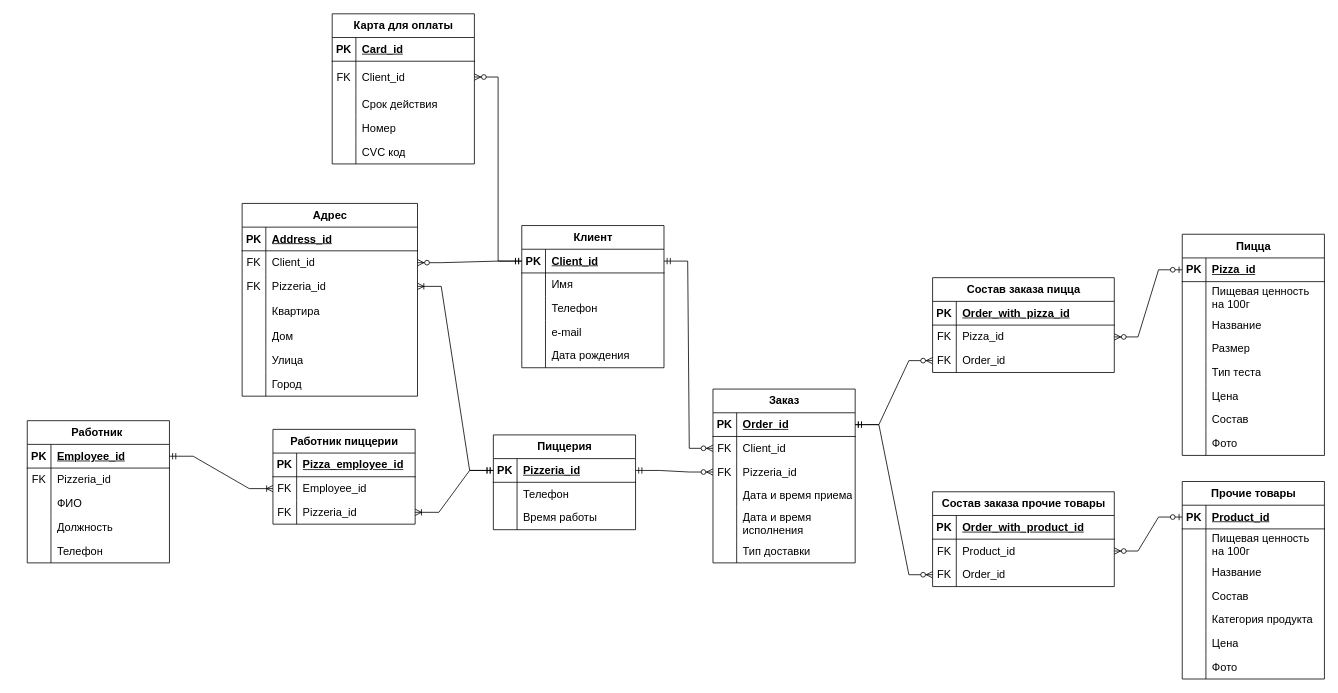
Earlier version of the draw.io diagram logic_dodo.drawio (iudinads/ER-diagrams). Source tidied: cells renumbered, new cells numbered last; positions are measured from the earlier drawing's top-left corner, leaving out a move shared by most shapes. Both pictures are drawn from the tidied source at 79%, with x=0, y=0 at pixel (27, 13).
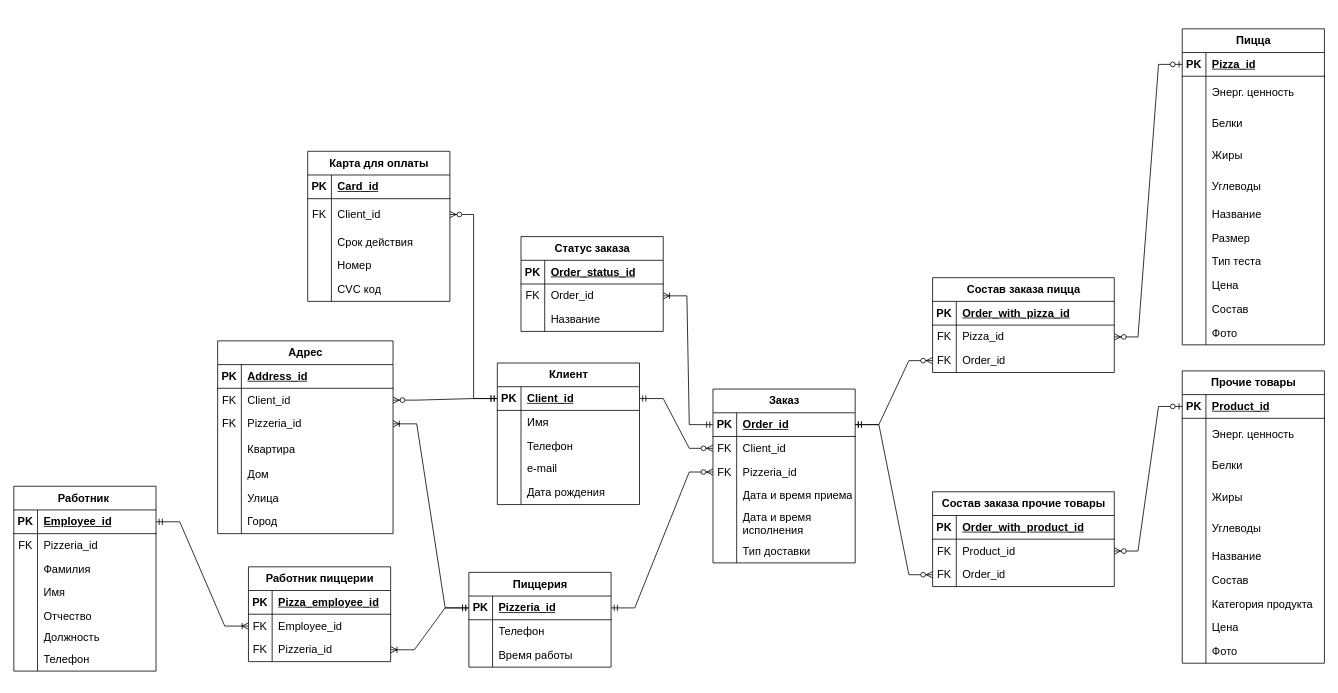
After the change.

Unchanged cells that the change refers to:
```xml
<mxCell id="6" style="shape=tableRow;horizontal=0;startSize=0;swimlaneHead=0;swimlaneBody=0;fillColor=none;points=[[0,0.5],[1,0.5]];portConstraint=eastwest;top=0;left=0;right=0;bottom=0;fontSize=14;" parent="2" vertex="1">
  <mxGeometry y="60" width="180" height="40" as="geometry" />
</mxCell>
<mxCell id="22" style="shape=tableRow;horizontal=0;startSize=0;swimlaneHead=0;swimlaneBody=0;fillColor=none;points=[[0,0.5],[1,0.5]];portConstraint=eastwest;top=0;left=0;right=0;bottom=0;fontSize=14;" parent="18" vertex="1">
  <mxGeometry y="60" width="222" height="30" as="geometry" />
</mxCell>
<mxCell id="41" style="shape=tableRow;horizontal=0;startSize=0;swimlaneHead=0;swimlaneBody=0;fillColor=none;points=[[0,0.5],[1,0.5]];portConstraint=eastwest;top=0;left=0;right=0;bottom=1;fontSize=14;" parent="40" vertex="1">
  <mxGeometry y="30" width="180" height="30" as="geometry" />
</mxCell>
<mxCell id="57" style="shape=tableRow;horizontal=0;startSize=0;swimlaneHead=0;swimlaneBody=0;fillColor=none;points=[[0,0.5],[1,0.5]];portConstraint=eastwest;top=0;left=0;right=0;bottom=1;fontSize=14;" parent="56" vertex="1">
  <mxGeometry y="30" width="180" height="30" as="geometry" />
</mxCell>
<mxCell id="80" style="shape=tableRow;horizontal=0;startSize=0;swimlaneHead=0;swimlaneBody=0;fillColor=none;top=0;left=0;right=0;bottom=0;fontSize=14;" parent="76" vertex="1">
  <mxGeometry y="60" width="180" height="40" as="geometry" />
</mxCell>
<mxCell id="105" style="shape=tableRow;horizontal=0;startSize=0;swimlaneHead=0;swimlaneBody=0;fillColor=none;top=0;left=0;right=0;bottom=0;fontSize=14;" parent="101" vertex="1">
  <mxGeometry y="60" width="180" height="40" as="geometry" />
</mxCell>
<mxCell id="140" style="shape=tableRow;horizontal=0;startSize=0;swimlaneHead=0;swimlaneBody=0;fillColor=none;top=0;left=0;right=0;bottom=0;fontSize=14;" parent="133" vertex="1">
  <mxGeometry y="90" width="180" height="30" as="geometry" />
</mxCell>
```

What changed in the source:
```diff
@@
     <mxCell id="2" value="Карта для оплаты" style="shape=table;startSize=30;childLayout=tableLayout;rowLines=0;fontStyle=1;align=center;html=1;fontSize=14;" parent="1" vertex="1">
-      <mxGeometry x="386" width="180" height="190" as="geometry" />
+      <mxGeometry x="355" y="174" width="180" height="190" as="geometry" />
     </mxCell>
@@
     <mxCell id="18" value="Адрес" style="shape=table;startSize=30;childLayout=tableLayout;rowLines=0;fontStyle=1;align=center;html=1;fontSize=14;" parent="1" vertex="1">
-      <mxGeometry x="272" y="240" width="222" height="244" as="geometry" />
+      <mxGeometry x="241" y="414" width="222" height="244" as="geometry" />
     </mxCell>
@@
     <mxCell id="40" value="Клиент" style="shape=table;startSize=30;childLayout=tableLayout;rowLines=0;fontStyle=1;align=center;html=1;fontSize=14;" parent="1" vertex="1">
-      <mxGeometry x="626" y="268" width="180" height="180" as="geometry" />
+      <mxGeometry x="595" y="442" width="180" height="179.2" as="geometry" />
     </mxCell>
@@
     <mxCell id="47" style="shape=tableRow;horizontal=0;startSize=0;swimlaneHead=0;swimlaneBody=0;fillColor=none;top=0;left=0;right=0;bottom=0;fontSize=14;" parent="40" vertex="1">
-      <mxGeometry y="90" width="180" height="30" as="geometry" />
+      <mxGeometry y="90" width="180" height="29" as="geometry" />
     </mxCell>
     <mxCell id="48" style="shape=partialRectangle;fillColor=none;top=0;left=0;bottom=0;right=0;overflow=hidden;whiteSpace=wrap;html=1;fontSize=14;" parent="47" vertex="1">
-      <mxGeometry width="30" height="30" as="geometry" />
+      <mxGeometry width="30" height="29" as="geometry" />
     </mxCell>
     <mxCell id="49" value="Телефон" style="shape=partialRectangle;fillColor=none;top=0;left=0;bottom=0;right=0;align=left;spacingLeft=6;overflow=hidden;whiteSpace=wrap;html=1;fontSize=14;" parent="47" vertex="1">
-      <mxGeometry x="30" width="150" height="30" as="geometry" />
+      <mxGeometry x="30" width="150" height="29" as="geometry" />
     </mxCell>
     <mxCell id="50" style="shape=tableRow;horizontal=0;startSize=0;swimlaneHead=0;swimlaneBody=0;fillColor=none;top=0;left=0;right=0;bottom=0;fontSize=14;" parent="40" vertex="1">
-      <mxGeometry y="120" width="180" height="30" as="geometry" />
+      <mxGeometry y="119" width="180" height="30" as="geometry" />
     </mxCell>
@@
     <mxCell id="53" style="shape=tableRow;horizontal=0;startSize=0;swimlaneHead=0;swimlaneBody=0;fillColor=none;top=0;left=0;right=0;bottom=0;fontSize=14;" parent="40" vertex="1">
-      <mxGeometry y="150" width="180" height="30" as="geometry" />
+      <mxGeometry y="149" width="180" height="30" as="geometry" />
     </mxCell>
@@
     <mxCell id="75" style="edgeStyle=entityRelationEdgeStyle;fontSize=14;html=1;endArrow=ERzeroToMany;startArrow=ERmandOne;rounded=0;exitX=0;exitY=0.5;exitDx=0;exitDy=0;entryX=1;entryY=0.5;entryDx=0;entryDy=0;" parent="1" edge="1" source="41" target="6">
       <mxGeometry relative="1" as="geometry">
         <Array as="points">
-          <mxPoint x="563" y="75" />
+          <mxPoint x="532" y="249" />
         </Array>
       </mxGeometry>
     </mxCell>
     <mxCell id="76" value="Пицца" style="shape=table;startSize=30;childLayout=tableLayout;rowLines=0;fontStyle=1;align=center;html=1;fontSize=14;" parent="1" vertex="1">
-      <mxGeometry x="1462" y="279" width="180" height="280" as="geometry" />
+      <mxGeometry x="1462" y="19" width="180" height="400" as="geometry" />
     </mxCell>
@@
-    <mxCell id="82" value="Пищевая ценность на 100г" style="shape=partialRectangle;fillColor=none;top=0;left=0;bottom=0;right=0;align=left;spacingLeft=6;overflow=hidden;whiteSpace=wrap;html=1;fontSize=14;" parent="80" vertex="1">
+    <mxCell id="82" value="Энерг. ценность" style="shape=partialRectangle;fillColor=none;top=0;left=0;bottom=0;right=0;align=left;spacingLeft=6;overflow=hidden;whiteSpace=wrap;html=1;fontSize=14;" parent="80" vertex="1">
       <mxGeometry x="30" width="150" height="40" as="geometry" />
     </mxCell>
+    <mxCell id="189" style="shape=tableRow;horizontal=0;startSize=0;swimlaneHead=0;swimlaneBody=0;fillColor=none;top=0;left=0;right=0;bottom=0;fontSize=14;" parent="76" vertex="1">
+      <mxGeometry y="100" width="180" height="40" as="geometry" />
+    </mxCell>
+    <mxCell id="190" style="shape=partialRectangle;fillColor=none;top=0;left=0;bottom=0;right=0;overflow=hidden;whiteSpace=wrap;html=1;fontSize=14;" parent="189" vertex="1">
+      <mxGeometry width="30" height="40" as="geometry" />
+    </mxCell>
+    <mxCell id="191" value="Белки" style="shape=partialRectangle;fillColor=none;top=0;left=0;bottom=0;right=0;align=left;spacingLeft=6;overflow=hidden;whiteSpace=wrap;html=1;fontSize=14;" parent="189" vertex="1">
+      <mxGeometry x="30" width="150" height="40" as="geometry" />
+    </mxCell>
+    <mxCell id="192" style="shape=tableRow;horizontal=0;startSize=0;swimlaneHead=0;swimlaneBody=0;fillColor=none;top=0;left=0;right=0;bottom=0;fontSize=14;" parent="76" vertex="1">
+      <mxGeometry y="140" width="180" height="40" as="geometry" />
+    </mxCell>
+    <mxCell id="193" style="shape=partialRectangle;fillColor=none;top=0;left=0;bottom=0;right=0;overflow=hidden;whiteSpace=wrap;html=1;fontSize=14;" parent="192" vertex="1">
+      <mxGeometry width="30" height="40" as="geometry" />
+    </mxCell>
+    <mxCell id="194" value="Жиры" style="shape=partialRectangle;fillColor=none;top=0;left=0;bottom=0;right=0;align=left;spacingLeft=6;overflow=hidden;whiteSpace=wrap;html=1;fontSize=14;" parent="192" vertex="1">
+      <mxGeometry x="30" width="150" height="40" as="geometry" />
+    </mxCell>
+    <mxCell id="195" style="shape=tableRow;horizontal=0;startSize=0;swimlaneHead=0;swimlaneBody=0;fillColor=none;top=0;left=0;right=0;bottom=0;fontSize=14;" parent="76" vertex="1">
+      <mxGeometry y="180" width="180" height="40" as="geometry" />
+    </mxCell>
+    <mxCell id="196" style="shape=partialRectangle;fillColor=none;top=0;left=0;bottom=0;right=0;overflow=hidden;whiteSpace=wrap;html=1;fontSize=14;" parent="195" vertex="1">
+      <mxGeometry width="30" height="40" as="geometry" />
+    </mxCell>
+    <mxCell id="197" value="Углеводы" style="shape=partialRectangle;fillColor=none;top=0;left=0;bottom=0;right=0;align=left;spacingLeft=6;overflow=hidden;whiteSpace=wrap;html=1;fontSize=14;" parent="195" vertex="1">
+      <mxGeometry x="30" width="150" height="40" as="geometry" />
+    </mxCell>
     <mxCell id="83" style="shape=tableRow;horizontal=0;startSize=0;swimlaneHead=0;swimlaneBody=0;fillColor=none;top=0;left=0;right=0;bottom=0;fontSize=14;" parent="76" vertex="1">
-      <mxGeometry y="100" width="180" height="30" as="geometry" />
+      <mxGeometry y="220" width="180" height="30" as="geometry" />
     </mxCell>
@@
     <mxCell id="86" style="shape=tableRow;horizontal=0;startSize=0;swimlaneHead=0;swimlaneBody=0;fillColor=none;top=0;left=0;right=0;bottom=0;fontSize=14;" parent="76" vertex="1">
-      <mxGeometry y="130" width="180" height="30" as="geometry" />
+      <mxGeometry y="250" width="180" height="30" as="geometry" />
     </mxCell>
@@
     <mxCell id="89" style="shape=tableRow;horizontal=0;startSize=0;swimlaneHead=0;swimlaneBody=0;fillColor=none;top=0;left=0;right=0;bottom=0;fontSize=14;" parent="76" vertex="1">
-      <mxGeometry y="160" width="180" height="30" as="geometry" />
+      <mxGeometry y="280" width="180" height="30" as="geometry" />
     </mxCell>
@@
     <mxCell id="92" style="shape=tableRow;horizontal=0;startSize=0;swimlaneHead=0;swimlaneBody=0;fillColor=none;top=0;left=0;right=0;bottom=0;fontSize=14;" parent="76" vertex="1">
-      <mxGeometry y="190" width="180" height="30" as="geometry" />
+      <mxGeometry y="310" width="180" height="30" as="geometry" />
     </mxCell>
@@
     <mxCell id="95" style="shape=tableRow;horizontal=0;startSize=0;swimlaneHead=0;swimlaneBody=0;fillColor=none;top=0;left=0;right=0;bottom=0;fontSize=14;" parent="76" vertex="1">
-      <mxGeometry y="220" width="180" height="30" as="geometry" />
+      <mxGeometry y="340" width="180" height="30" as="geometry" />
     </mxCell>
@@
     <mxCell id="98" style="shape=tableRow;horizontal=0;startSize=0;swimlaneHead=0;swimlaneBody=0;fillColor=none;top=0;left=0;right=0;bottom=0;fontSize=14;" parent="76" vertex="1">
-      <mxGeometry y="250" width="180" height="30" as="geometry" />
+      <mxGeometry y="370" width="180" height="30" as="geometry" />
     </mxCell>
@@
     <mxCell id="101" value="Прочие товары" style="shape=table;startSize=30;childLayout=tableLayout;rowLines=0;fontStyle=1;align=center;html=1;fontSize=14;" parent="1" vertex="1">
-      <mxGeometry x="1462" y="592" width="180" height="250" as="geometry" />
+      <mxGeometry x="1462" y="452" width="180" height="370" as="geometry" />
     </mxCell>
@@
-    <mxCell id="107" value="Пищевая ценность на 100г" style="shape=partialRectangle;fillColor=none;top=0;left=0;bottom=0;right=0;align=left;spacingLeft=6;overflow=hidden;whiteSpace=wrap;html=1;fontSize=14;" parent="105" vertex="1">
+    <mxCell id="107" value="Энерг. ценность" style="shape=partialRectangle;fillColor=none;top=0;left=0;bottom=0;right=0;align=left;spacingLeft=6;overflow=hidden;whiteSpace=wrap;html=1;fontSize=14;" parent="105" vertex="1">
       <mxGeometry x="30" width="150" height="40" as="geometry" />
     </mxCell>
+    <mxCell id="198" style="shape=tableRow;horizontal=0;startSize=0;swimlaneHead=0;swimlaneBody=0;fillColor=none;top=0;left=0;right=0;bottom=0;fontSize=14;" parent="101" vertex="1">
+      <mxGeometry y="100" width="180" height="40" as="geometry" />
+    </mxCell>
+    <mxCell id="199" style="shape=partialRectangle;fillColor=none;top=0;left=0;bottom=0;right=0;overflow=hidden;whiteSpace=wrap;html=1;fontSize=14;" parent="198" vertex="1">
+      <mxGeometry width="30" height="40" as="geometry" />
+    </mxCell>
+    <mxCell id="200" value="Белки" style="shape=partialRectangle;fillColor=none;top=0;left=0;bottom=0;right=0;align=left;spacingLeft=6;overflow=hidden;whiteSpace=wrap;html=1;fontSize=14;" parent="198" vertex="1">
+      <mxGeometry x="30" width="150" height="40" as="geometry" />
+    </mxCell>
+    <mxCell id="201" style="shape=tableRow;horizontal=0;startSize=0;swimlaneHead=0;swimlaneBody=0;fillColor=none;top=0;left=0;right=0;bottom=0;fontSize=14;" parent="101" vertex="1">
+      <mxGeometry y="140" width="180" height="40" as="geometry" />
+    </mxCell>
+    <mxCell id="202" style="shape=partialRectangle;fillColor=none;top=0;left=0;bottom=0;right=0;overflow=hidden;whiteSpace=wrap;html=1;fontSize=14;" parent="201" vertex="1">
+      <mxGeometry width="30" height="40" as="geometry" />
+    </mxCell>
+    <mxCell id="203" value="Жиры" style="shape=partialRectangle;fillColor=none;top=0;left=0;bottom=0;right=0;align=left;spacingLeft=6;overflow=hidden;whiteSpace=wrap;html=1;fontSize=14;" parent="201" vertex="1">
+      <mxGeometry x="30" width="150" height="40" as="geometry" />
+    </mxCell>
+    <mxCell id="204" style="shape=tableRow;horizontal=0;startSize=0;swimlaneHead=0;swimlaneBody=0;fillColor=none;top=0;left=0;right=0;bottom=0;fontSize=14;" parent="101" vertex="1">
+      <mxGeometry y="180" width="180" height="40" as="geometry" />
+    </mxCell>
+    <mxCell id="205" style="shape=partialRectangle;fillColor=none;top=0;left=0;bottom=0;right=0;overflow=hidden;whiteSpace=wrap;html=1;fontSize=14;" parent="204" vertex="1">
+      <mxGeometry width="30" height="40" as="geometry" />
+    </mxCell>
+    <mxCell id="206" value="Углеводы" style="shape=partialRectangle;fillColor=none;top=0;left=0;bottom=0;right=0;align=left;spacingLeft=6;overflow=hidden;whiteSpace=wrap;html=1;fontSize=14;" parent="204" vertex="1">
+      <mxGeometry x="30" width="150" height="40" as="geometry" />
+    </mxCell>
     <mxCell id="108" style="shape=tableRow;horizontal=0;startSize=0;swimlaneHead=0;swimlaneBody=0;fillColor=none;top=0;left=0;right=0;bottom=0;fontSize=14;" parent="101" vertex="1">
-      <mxGeometry y="100" width="180" height="30" as="geometry" />
+      <mxGeometry y="220" width="180" height="30" as="geometry" />
     </mxCell>
@@
     <mxCell id="111" style="shape=tableRow;horizontal=0;startSize=0;swimlaneHead=0;swimlaneBody=0;fillColor=none;top=0;left=0;right=0;bottom=0;fontSize=14;" parent="101" vertex="1">
-      <mxGeometry y="130" width="180" height="30" as="geometry" />
+      <mxGeometry y="250" width="180" height="30" as="geometry" />
     </mxCell>
@@
     <mxCell id="114" style="shape=tableRow;horizontal=0;startSize=0;swimlaneHead=0;swimlaneBody=0;fillColor=none;top=0;left=0;right=0;bottom=0;fontSize=14;" parent="101" vertex="1">
-      <mxGeometry y="160" width="180" height="30" as="geometry" />
+      <mxGeometry y="280" width="180" height="30" as="geometry" />
     </mxCell>
@@
     <mxCell id="117" style="shape=tableRow;horizontal=0;startSize=0;swimlaneHead=0;swimlaneBody=0;fillColor=none;top=0;left=0;right=0;bottom=0;fontSize=14;" parent="101" vertex="1">
-      <mxGeometry y="190" width="180" height="30" as="geometry" />
+      <mxGeometry y="310" width="180" height="30" as="geometry" />
     </mxCell>
@@
     <mxCell id="120" style="shape=tableRow;horizontal=0;startSize=0;swimlaneHead=0;swimlaneBody=0;fillColor=none;top=0;left=0;right=0;bottom=0;fontSize=14;" parent="101" vertex="1">
-      <mxGeometry y="220" width="180" height="30" as="geometry" />
+      <mxGeometry y="340" width="180" height="30" as="geometry" />
     </mxCell>
@@
     <mxCell id="123" value="Пиццерия" style="shape=table;startSize=30;childLayout=tableLayout;rowLines=0;fontStyle=1;align=center;html=1;fontSize=14;" parent="1" vertex="1">
-      <mxGeometry x="590" y="533" width="180" height="120" as="geometry" />
+      <mxGeometry x="559" y="707" width="180" height="120" as="geometry" />
     </mxCell>
@@
     <mxCell id="133" value="Работник&amp;nbsp;" style="shape=table;startSize=30;childLayout=tableLayout;rowLines=0;fontStyle=1;align=center;html=1;fontSize=14;" parent="1" vertex="1">
-      <mxGeometry y="515" width="180" height="180" as="geometry" />
+      <mxGeometry x="-17" y="598" width="180" height="234" as="geometry" />
     </mxCell>
@@
-    <mxCell id="142" value="ФИО" style="shape=partialRectangle;fillColor=none;top=0;left=0;bottom=0;right=0;align=left;spacingLeft=6;overflow=hidden;whiteSpace=wrap;html=1;fontSize=14;" parent="140" vertex="1">
+    <mxCell id="142" value="Фамилия" style="shape=partialRectangle;fillColor=none;top=0;left=0;bottom=0;right=0;align=left;spacingLeft=6;overflow=hidden;whiteSpace=wrap;html=1;fontSize=14;" parent="140" vertex="1">
       <mxGeometry x="30" width="150" height="30" as="geometry" />
     </mxCell>
+    <mxCell id="207" style="shape=tableRow;horizontal=0;startSize=0;swimlaneHead=0;swimlaneBody=0;fillColor=none;top=0;left=0;right=0;bottom=0;fontSize=14;" parent="133" vertex="1">
+      <mxGeometry y="120" width="180" height="30" as="geometry" />
+    </mxCell>
+    <mxCell id="208" style="shape=partialRectangle;fillColor=none;top=0;left=0;bottom=0;right=0;overflow=hidden;whiteSpace=wrap;html=1;fontSize=14;" parent="207" vertex="1">
+      <mxGeometry width="30" height="30" as="geometry" />
+    </mxCell>
+    <mxCell id="209" value="Имя" style="shape=partialRectangle;fillColor=none;top=0;left=0;bottom=0;right=0;align=left;spacingLeft=6;overflow=hidden;whiteSpace=wrap;html=1;fontSize=14;" parent="207" vertex="1">
+      <mxGeometry x="30" width="150" height="30" as="geometry" />
+    </mxCell>
+    <mxCell id="210" style="shape=tableRow;horizontal=0;startSize=0;swimlaneHead=0;swimlaneBody=0;fillColor=none;top=0;left=0;right=0;bottom=0;fontSize=14;" parent="133" vertex="1">
+      <mxGeometry y="150" width="180" height="30" as="geometry" />
+    </mxCell>
+    <mxCell id="211" style="shape=partialRectangle;fillColor=none;top=0;left=0;bottom=0;right=0;overflow=hidden;whiteSpace=wrap;html=1;fontSize=14;" parent="210" vertex="1">
+      <mxGeometry width="30" height="30" as="geometry" />
+    </mxCell>
+    <mxCell id="212" value="Отчество" style="shape=partialRectangle;fillColor=none;top=0;left=0;bottom=0;right=0;align=left;spacingLeft=6;overflow=hidden;whiteSpace=wrap;html=1;fontSize=14;" parent="210" vertex="1">
+      <mxGeometry x="30" width="150" height="30" as="geometry" />
+    </mxCell>
     <mxCell id="143" style="shape=tableRow;horizontal=0;startSize=0;swimlaneHead=0;swimlaneBody=0;fillColor=none;top=0;left=0;right=0;bottom=0;fontSize=14;" parent="133" vertex="1">
-      <mxGeometry y="120" width="180" height="30" as="geometry" />
+      <mxGeometry y="180" width="180" height="24" as="geometry" />
     </mxCell>
     <mxCell id="144" style="shape=partialRectangle;fillColor=none;top=0;left=0;bottom=0;right=0;overflow=hidden;whiteSpace=wrap;html=1;fontSize=14;" parent="143" vertex="1">
-      <mxGeometry width="30" height="30" as="geometry" />
+      <mxGeometry width="30" height="24" as="geometry" />
     </mxCell>
     <mxCell id="145" value="Должность" style="shape=partialRectangle;fillColor=none;top=0;left=0;bottom=0;right=0;align=left;spacingLeft=6;overflow=hidden;whiteSpace=wrap;html=1;fontSize=14;" parent="143" vertex="1">
-      <mxGeometry x="30" width="150" height="30" as="geometry" />
+      <mxGeometry x="30" width="150" height="24" as="geometry" />
     </mxCell>
     <mxCell id="146" style="shape=tableRow;horizontal=0;startSize=0;swimlaneHead=0;swimlaneBody=0;fillColor=none;top=0;left=0;right=0;bottom=0;fontSize=14;" parent="133" vertex="1">
-      <mxGeometry y="150" width="180" height="30" as="geometry" />
+      <mxGeometry y="204" width="180" height="30" as="geometry" />
     </mxCell>
@@
     <mxCell id="161" value="Работник пиццерии" style="shape=table;startSize=30;childLayout=tableLayout;rowLines=0;fontStyle=1;align=center;html=1;fontSize=14;" parent="1" vertex="1">
-      <mxGeometry x="311" y="526" width="180" height="120" as="geometry" />
+      <mxGeometry x="280" y="700" width="180" height="120" as="geometry" />
     </mxCell>
@@
     <mxCell id="173" style="edgeStyle=entityRelationEdgeStyle;fontSize=12;html=1;endArrow=ERzeroToMany;startArrow=ERmandOne;rounded=0;exitX=0;exitY=0.5;exitDx=0;exitDy=0;entryX=1;entryY=0.5;entryDx=0;entryDy=0;" parent="1" edge="1" source="41" target="22">
       <mxGeometry relative="1" as="geometry">
         <Array as="points">
-          <mxPoint x="444" y="232.7" />
-          <mxPoint x="411" y="298" />
+          <mxPoint x="413" y="406.7" />
+          <mxPoint x="380" y="472" />
         </Array>
       </mxGeometry>
     </mxCell>
@@
+    <mxCell id="213" value="&lt;font style=&quot;font-size: 14px;&quot;&gt;Статус &lt;/font&gt;&lt;font style=&quot;font-size: 14px;&quot;&gt;заказа&lt;/font&gt;" style="shape=table;startSize=30;childLayout=tableLayout;rowLines=0;fontStyle=1;align=center;html=1;fontSize=14;" parent="1" vertex="1">
+      <mxGeometry x="625" y="282" width="180" height="120" as="geometry" />
+    </mxCell>
+    <mxCell id="214" style="shape=tableRow;horizontal=0;startSize=0;swimlaneHead=0;swimlaneBody=0;fillColor=none;top=0;left=0;right=0;bottom=1;fontSize=14;" parent="213" vertex="1">
+      <mxGeometry y="30" width="180" height="30" as="geometry" />
+    </mxCell>
+    <mxCell id="215" value="PK" style="shape=partialRectangle;fillColor=none;top=0;left=0;bottom=0;right=0;fontStyle=1;overflow=hidden;whiteSpace=wrap;html=1;fontSize=14;" parent="214" vertex="1">
+      <mxGeometry width="30" height="30" as="geometry" />
+    </mxCell>
+    <mxCell id="216" value="Order_status_id" style="shape=partialRectangle;fillColor=none;top=0;left=0;bottom=0;right=0;align=left;spacingLeft=6;fontStyle=5;overflow=hidden;whiteSpace=wrap;html=1;fontSize=14;" parent="214" vertex="1">
+      <mxGeometry x="30" width="150" height="30" as="geometry" />
+    </mxCell>
+    <mxCell id="217" style="shape=tableRow;horizontal=0;startSize=0;swimlaneHead=0;swimlaneBody=0;fillColor=none;points=[[0,0.5],[1,0.5]];portConstraint=eastwest;top=0;left=0;right=0;bottom=0;fontSize=14;" parent="213" vertex="1">
+      <mxGeometry y="60" width="180" height="30" as="geometry" />
+    </mxCell>
+    <mxCell id="218" value="FK" style="shape=partialRectangle;fillColor=none;top=0;left=0;bottom=0;right=0;overflow=hidden;whiteSpace=wrap;html=1;fontSize=14;" parent="217" vertex="1">
+      <mxGeometry width="30" height="30" as="geometry" />
+    </mxCell>
+    <mxCell id="219" value="Order_id" style="shape=partialRectangle;fillColor=none;top=0;left=0;bottom=0;right=0;align=left;spacingLeft=6;overflow=hidden;whiteSpace=wrap;html=1;fontSize=14;" parent="217" vertex="1">
+      <mxGeometry x="30" width="150" height="30" as="geometry" />
+    </mxCell>
+    <mxCell id="220" style="shape=tableRow;horizontal=0;startSize=0;swimlaneHead=0;swimlaneBody=0;fillColor=none;top=0;left=0;right=0;bottom=0;fontSize=14;" parent="213" vertex="1">
+      <mxGeometry y="90" width="180" height="30" as="geometry" />
+    </mxCell>
+    <mxCell id="221" style="shape=partialRectangle;fillColor=none;top=0;left=0;bottom=0;right=0;overflow=hidden;whiteSpace=wrap;html=1;fontSize=14;" parent="220" vertex="1">
+      <mxGeometry width="30" height="30" as="geometry" />
+    </mxCell>
+    <mxCell id="222" value="Название" style="shape=partialRectangle;fillColor=none;top=0;left=0;bottom=0;right=0;align=left;spacingLeft=6;overflow=hidden;whiteSpace=wrap;html=1;fontSize=14;" parent="220" vertex="1">
+      <mxGeometry x="30" width="150" height="30" as="geometry" />
+    </mxCell>
+    <mxCell id="223" style="edgeStyle=entityRelationEdgeStyle;fontSize=12;html=1;endArrow=ERoneToMany;startArrow=ERmandOne;rounded=0;exitX=0;exitY=0.5;exitDx=0;exitDy=0;entryX=1;entryY=0.5;entryDx=0;entryDy=0;" parent="1" edge="1" source="57" target="217">
+      <mxGeometry relative="1" as="geometry" />
+    </mxCell>
```
